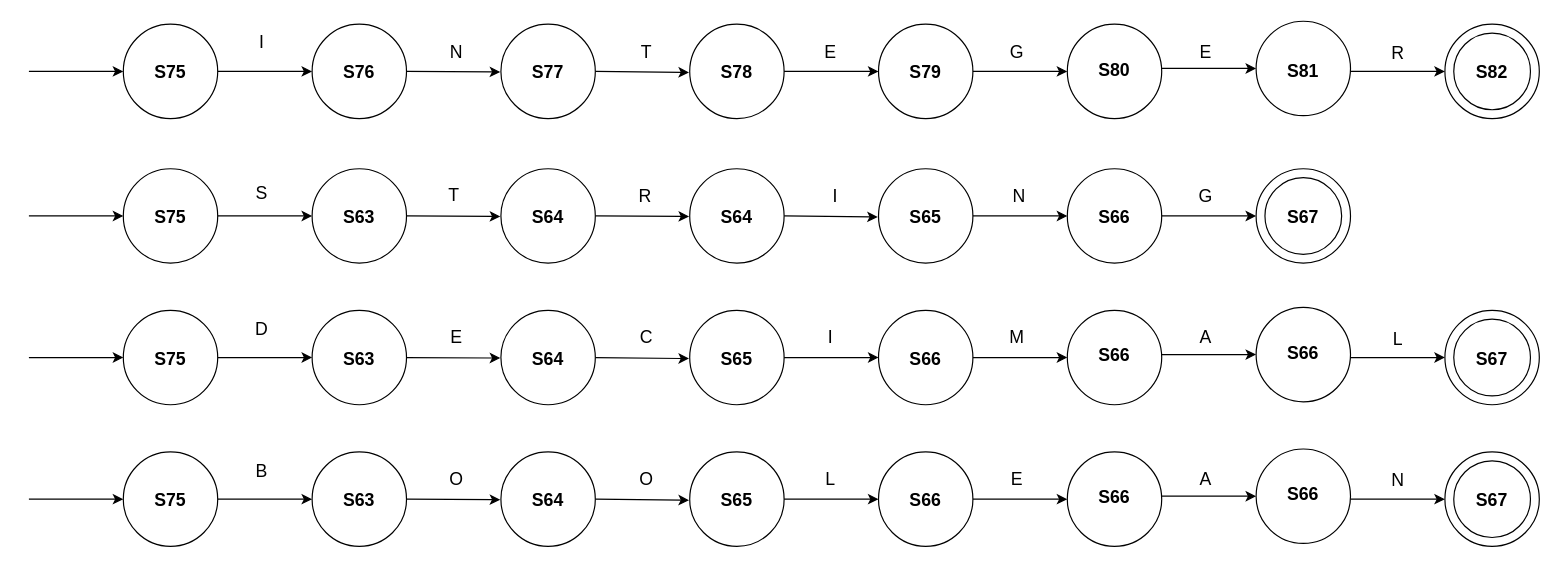
This is dataType.drawio from MonaJea-Ng/Projects, a draw.io file, before an edit. Source tidied: cells renumbered, new cells numbered last; positions are measured from the earlier drawing's top-left corner, leaving out a move shared by most shapes. Both pictures are drawn from the tidied source at 118%, with x=0, y=0 at pixel (28, 21).
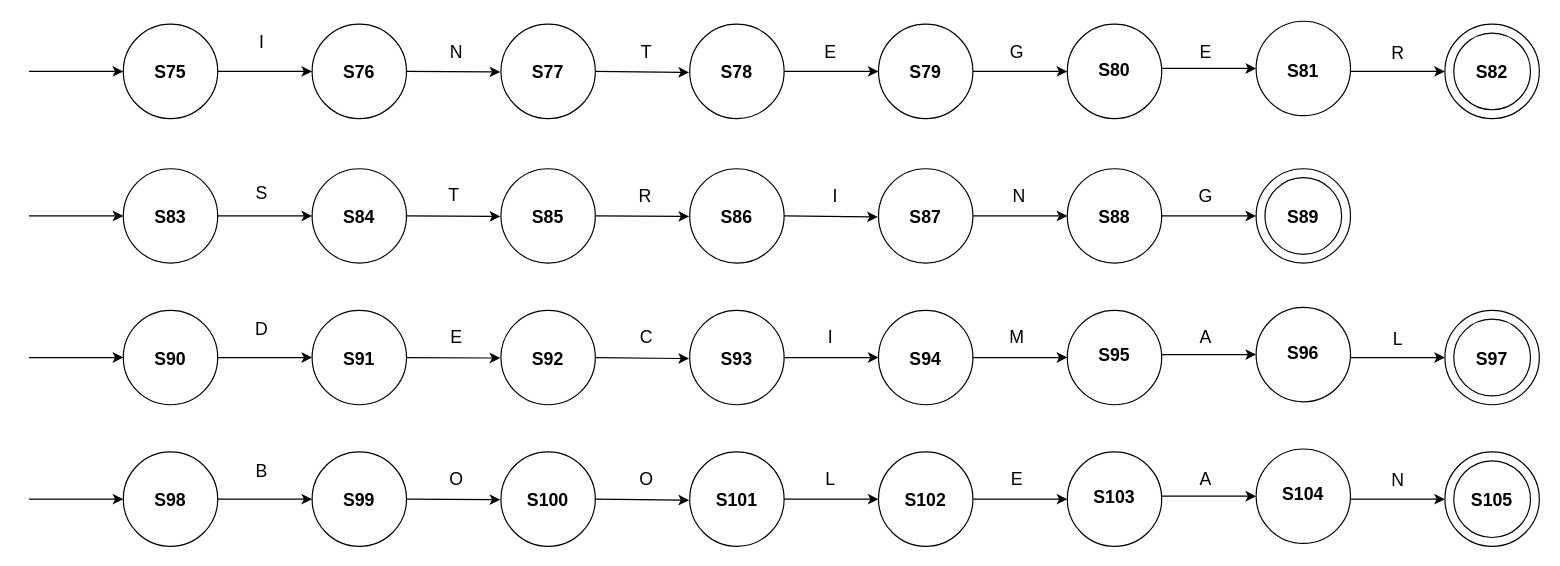
The same page after the edit.

Change to the diagram source:
```diff
@@
-    <mxCell id="38" value="&lt;b style=&quot;font-size: 15px;&quot;&gt;S65&lt;/b&gt;" style="text;html=1;strokeColor=none;fillColor=none;align=center;verticalAlign=middle;whiteSpace=wrap;rounded=0;fontSize=15;" parent="1" vertex="1">
+    <mxCell id="38" value="&lt;b style=&quot;font-size: 15px;&quot;&gt;S87&lt;/b&gt;" style="text;html=1;strokeColor=none;fillColor=none;align=center;verticalAlign=middle;whiteSpace=wrap;rounded=0;fontSize=15;" parent="1" vertex="1">
       <mxGeometry x="730" y="149.5" width="60" height="30" as="geometry" />
     </mxCell>
-    <mxCell id="39" value="&lt;b&gt;&lt;font style=&quot;font-size: 15px;&quot;&gt;S66&lt;/font&gt;&lt;/b&gt;" style="text;html=1;strokeColor=none;fillColor=none;align=center;verticalAlign=middle;whiteSpace=wrap;rounded=0;" parent="1" vertex="1">
+    <mxCell id="39" value="&lt;b&gt;&lt;font style=&quot;font-size: 15px;&quot;&gt;S88&lt;/font&gt;&lt;/b&gt;" style="text;html=1;strokeColor=none;fillColor=none;align=center;verticalAlign=middle;whiteSpace=wrap;rounded=0;" parent="1" vertex="1">
       <mxGeometry x="890" y="149.5" width="60" height="30" as="geometry" />
     </mxCell>
@@
-    <mxCell id="43" value="&lt;b&gt;&lt;font style=&quot;font-size: 15px;&quot;&gt;S67&lt;/font&gt;&lt;/b&gt;" style="text;html=1;strokeColor=none;fillColor=none;align=center;verticalAlign=middle;whiteSpace=wrap;rounded=0;" parent="1" vertex="1">
+    <mxCell id="43" value="&lt;b&gt;&lt;font style=&quot;font-size: 15px;&quot;&gt;S89&lt;/font&gt;&lt;/b&gt;" style="text;html=1;strokeColor=none;fillColor=none;align=center;verticalAlign=middle;whiteSpace=wrap;rounded=0;" parent="1" vertex="1">
       <mxGeometry x="1050" y="149.5" width="60" height="30" as="geometry" />
     </mxCell>
@@
-    <mxCell id="46" value="&lt;b style=&quot;font-size: 15px;&quot;&gt;S64&lt;/b&gt;" style="text;html=1;strokeColor=none;fillColor=none;align=center;verticalAlign=middle;whiteSpace=wrap;rounded=0;fontSize=15;" parent="1" vertex="1">
+    <mxCell id="46" value="&lt;b style=&quot;font-size: 15px;&quot;&gt;S86&lt;/b&gt;" style="text;html=1;strokeColor=none;fillColor=none;align=center;verticalAlign=middle;whiteSpace=wrap;rounded=0;fontSize=15;" parent="1" vertex="1">
       <mxGeometry x="570" y="149.5" width="60" height="30" as="geometry" />
     </mxCell>
@@
-    <mxCell id="49" value="&lt;b style=&quot;font-size: 15px;&quot;&gt;S63&lt;/b&gt;" style="text;html=1;strokeColor=none;fillColor=none;align=center;verticalAlign=middle;whiteSpace=wrap;rounded=0;fontSize=15;" parent="1" vertex="1">
+    <mxCell id="49" value="&lt;b style=&quot;font-size: 15px;&quot;&gt;S84&lt;/b&gt;" style="text;html=1;strokeColor=none;fillColor=none;align=center;verticalAlign=middle;whiteSpace=wrap;rounded=0;fontSize=15;" parent="1" vertex="1">
       <mxGeometry x="250" y="149.5" width="60" height="30" as="geometry" />
     </mxCell>
@@
-    <mxCell id="54" value="&lt;b style=&quot;font-size: 15px;&quot;&gt;S75&lt;/b&gt;" style="text;html=1;strokeColor=none;fillColor=none;align=center;verticalAlign=middle;whiteSpace=wrap;rounded=0;fontSize=15;" parent="1" vertex="1">
+    <mxCell id="54" value="&lt;b style=&quot;font-size: 15px;&quot;&gt;S83&lt;/b&gt;" style="text;html=1;strokeColor=none;fillColor=none;align=center;verticalAlign=middle;whiteSpace=wrap;rounded=0;fontSize=15;" parent="1" vertex="1">
       <mxGeometry x="90" y="149.5" width="60" height="30" as="geometry" />
     </mxCell>
@@
-    <mxCell id="62" value="&lt;b style=&quot;font-size: 15px;&quot;&gt;S65&lt;/b&gt;" style="text;html=1;strokeColor=none;fillColor=none;align=center;verticalAlign=middle;whiteSpace=wrap;rounded=0;fontSize=15;" parent="1" vertex="1">
+    <mxCell id="62" value="&lt;b style=&quot;font-size: 15px;&quot;&gt;S93&lt;/b&gt;" style="text;html=1;strokeColor=none;fillColor=none;align=center;verticalAlign=middle;whiteSpace=wrap;rounded=0;fontSize=15;" parent="1" vertex="1">
       <mxGeometry x="570" y="269.5" width="60" height="30" as="geometry" />
     </mxCell>
-    <mxCell id="63" value="&lt;b&gt;&lt;font style=&quot;font-size: 15px;&quot;&gt;S66&lt;/font&gt;&lt;/b&gt;" style="text;html=1;strokeColor=none;fillColor=none;align=center;verticalAlign=middle;whiteSpace=wrap;rounded=0;" parent="1" vertex="1">
+    <mxCell id="63" value="&lt;b&gt;&lt;font style=&quot;font-size: 15px;&quot;&gt;S94&lt;/font&gt;&lt;/b&gt;" style="text;html=1;strokeColor=none;fillColor=none;align=center;verticalAlign=middle;whiteSpace=wrap;rounded=0;" parent="1" vertex="1">
       <mxGeometry x="730" y="269.5" width="60" height="30" as="geometry" />
     </mxCell>
@@
-    <mxCell id="68" value="&lt;b&gt;&lt;font style=&quot;font-size: 15px;&quot;&gt;S67&lt;/font&gt;&lt;/b&gt;" style="text;html=1;strokeColor=none;fillColor=none;align=center;verticalAlign=middle;whiteSpace=wrap;rounded=0;" parent="1" vertex="1">
+    <mxCell id="68" value="&lt;b&gt;&lt;font style=&quot;font-size: 15px;&quot;&gt;S97&lt;/font&gt;&lt;/b&gt;" style="text;html=1;strokeColor=none;fillColor=none;align=center;verticalAlign=middle;whiteSpace=wrap;rounded=0;" parent="1" vertex="1">
       <mxGeometry x="1210" y="269.5" width="60" height="30" as="geometry" />
     </mxCell>
@@
-    <mxCell id="72" value="&lt;b style=&quot;font-size: 15px;&quot;&gt;S64&lt;/b&gt;" style="text;html=1;strokeColor=none;fillColor=none;align=center;verticalAlign=middle;whiteSpace=wrap;rounded=0;fontSize=15;" parent="1" vertex="1">
+    <mxCell id="72" value="&lt;b style=&quot;font-size: 15px;&quot;&gt;S92&lt;/b&gt;" style="text;html=1;strokeColor=none;fillColor=none;align=center;verticalAlign=middle;whiteSpace=wrap;rounded=0;fontSize=15;" parent="1" vertex="1">
       <mxGeometry x="410" y="269.5" width="60" height="30" as="geometry" />
     </mxCell>
@@
-    <mxCell id="75" value="&lt;b style=&quot;font-size: 15px;&quot;&gt;S63&lt;/b&gt;" style="text;html=1;strokeColor=none;fillColor=none;align=center;verticalAlign=middle;whiteSpace=wrap;rounded=0;fontSize=15;" parent="1" vertex="1">
+    <mxCell id="75" value="&lt;b style=&quot;font-size: 15px;&quot;&gt;S91&lt;/b&gt;" style="text;html=1;strokeColor=none;fillColor=none;align=center;verticalAlign=middle;whiteSpace=wrap;rounded=0;fontSize=15;" parent="1" vertex="1">
       <mxGeometry x="250" y="269.5" width="60" height="30" as="geometry" />
     </mxCell>
@@
-    <mxCell id="80" value="&lt;b style=&quot;font-size: 15px;&quot;&gt;S75&lt;/b&gt;" style="text;html=1;strokeColor=none;fillColor=none;align=center;verticalAlign=middle;whiteSpace=wrap;rounded=0;fontSize=15;" parent="1" vertex="1">
+    <mxCell id="80" value="&lt;b style=&quot;font-size: 15px;&quot;&gt;S90&lt;/b&gt;" style="text;html=1;strokeColor=none;fillColor=none;align=center;verticalAlign=middle;whiteSpace=wrap;rounded=0;fontSize=15;" parent="1" vertex="1">
       <mxGeometry x="90" y="269.5" width="60" height="30" as="geometry" />
     </mxCell>
@@
-    <mxCell id="84" value="&lt;b&gt;&lt;font style=&quot;font-size: 15px;&quot;&gt;S66&lt;/font&gt;&lt;/b&gt;" style="text;html=1;strokeColor=none;fillColor=none;align=center;verticalAlign=middle;whiteSpace=wrap;rounded=0;" parent="1" vertex="1">
+    <mxCell id="84" value="&lt;b&gt;&lt;font style=&quot;font-size: 15px;&quot;&gt;S95&lt;/font&gt;&lt;/b&gt;" style="text;html=1;strokeColor=none;fillColor=none;align=center;verticalAlign=middle;whiteSpace=wrap;rounded=0;" parent="1" vertex="1">
       <mxGeometry x="890" y="269.5" width="60" height="25" as="geometry" />
     </mxCell>
@@
-    <mxCell id="88" value="&lt;b&gt;&lt;font style=&quot;font-size: 15px;&quot;&gt;S66&lt;/font&gt;&lt;/b&gt;" style="text;html=1;strokeColor=none;fillColor=none;align=center;verticalAlign=middle;whiteSpace=wrap;rounded=0;" parent="1" vertex="1">
+    <mxCell id="88" value="&lt;b&gt;&lt;font style=&quot;font-size: 15px;&quot;&gt;S96&lt;/font&gt;&lt;/b&gt;" style="text;html=1;strokeColor=none;fillColor=none;align=center;verticalAlign=middle;whiteSpace=wrap;rounded=0;" parent="1" vertex="1">
       <mxGeometry x="1050" y="267" width="60" height="25" as="geometry" />
     </mxCell>
@@
-    <mxCell id="94" value="&lt;b style=&quot;font-size: 15px;&quot;&gt;S65&lt;/b&gt;" style="text;html=1;strokeColor=none;fillColor=none;align=center;verticalAlign=middle;whiteSpace=wrap;rounded=0;fontSize=15;" parent="1" vertex="1">
+    <mxCell id="94" value="&lt;b style=&quot;font-size: 15px;&quot;&gt;S101&lt;/b&gt;" style="text;html=1;strokeColor=none;fillColor=none;align=center;verticalAlign=middle;whiteSpace=wrap;rounded=0;fontSize=15;" parent="1" vertex="1">
       <mxGeometry x="570" y="389.5" width="60" height="30" as="geometry" />
     </mxCell>
-    <mxCell id="95" value="&lt;b&gt;&lt;font style=&quot;font-size: 15px;&quot;&gt;S66&lt;/font&gt;&lt;/b&gt;" style="text;html=1;strokeColor=none;fillColor=none;align=center;verticalAlign=middle;whiteSpace=wrap;rounded=0;" parent="1" vertex="1">
+    <mxCell id="95" value="&lt;b&gt;&lt;font style=&quot;font-size: 15px;&quot;&gt;S102&lt;/font&gt;&lt;/b&gt;" style="text;html=1;strokeColor=none;fillColor=none;align=center;verticalAlign=middle;whiteSpace=wrap;rounded=0;" parent="1" vertex="1">
       <mxGeometry x="730" y="389.5" width="60" height="30" as="geometry" />
     </mxCell>
@@
-    <mxCell id="100" value="&lt;b&gt;&lt;font style=&quot;font-size: 15px;&quot;&gt;S67&lt;/font&gt;&lt;/b&gt;" style="text;html=1;strokeColor=none;fillColor=none;align=center;verticalAlign=middle;whiteSpace=wrap;rounded=0;" parent="1" vertex="1">
+    <mxCell id="100" value="&lt;b&gt;&lt;font style=&quot;font-size: 15px;&quot;&gt;S105&lt;/font&gt;&lt;/b&gt;" style="text;html=1;strokeColor=none;fillColor=none;align=center;verticalAlign=middle;whiteSpace=wrap;rounded=0;" parent="1" vertex="1">
       <mxGeometry x="1210" y="389.5" width="60" height="30" as="geometry" />
     </mxCell>
@@
-    <mxCell id="104" value="&lt;b style=&quot;font-size: 15px;&quot;&gt;S64&lt;/b&gt;" style="text;html=1;strokeColor=none;fillColor=none;align=center;verticalAlign=middle;whiteSpace=wrap;rounded=0;fontSize=15;" parent="1" vertex="1">
+    <mxCell id="104" value="&lt;b style=&quot;font-size: 15px;&quot;&gt;S100&lt;/b&gt;" style="text;html=1;strokeColor=none;fillColor=none;align=center;verticalAlign=middle;whiteSpace=wrap;rounded=0;fontSize=15;" parent="1" vertex="1">
       <mxGeometry x="410" y="389.5" width="60" height="30" as="geometry" />
     </mxCell>
@@
-    <mxCell id="107" value="&lt;b style=&quot;font-size: 15px;&quot;&gt;S63&lt;/b&gt;" style="text;html=1;strokeColor=none;fillColor=none;align=center;verticalAlign=middle;whiteSpace=wrap;rounded=0;fontSize=15;" parent="1" vertex="1">
+    <mxCell id="107" value="&lt;b style=&quot;font-size: 15px;&quot;&gt;S99&lt;/b&gt;" style="text;html=1;strokeColor=none;fillColor=none;align=center;verticalAlign=middle;whiteSpace=wrap;rounded=0;fontSize=15;" parent="1" vertex="1">
       <mxGeometry x="250" y="389.5" width="60" height="30" as="geometry" />
     </mxCell>
@@
-    <mxCell id="112" value="&lt;b style=&quot;font-size: 15px;&quot;&gt;S75&lt;/b&gt;" style="text;html=1;strokeColor=none;fillColor=none;align=center;verticalAlign=middle;whiteSpace=wrap;rounded=0;fontSize=15;" parent="1" vertex="1">
+    <mxCell id="112" value="&lt;b style=&quot;font-size: 15px;&quot;&gt;S98&lt;/b&gt;" style="text;html=1;strokeColor=none;fillColor=none;align=center;verticalAlign=middle;whiteSpace=wrap;rounded=0;fontSize=15;" parent="1" vertex="1">
       <mxGeometry x="90" y="389.5" width="60" height="30" as="geometry" />
     </mxCell>
@@
-    <mxCell id="116" value="&lt;b&gt;&lt;font style=&quot;font-size: 15px;&quot;&gt;S66&lt;/font&gt;&lt;/b&gt;" style="text;html=1;strokeColor=none;fillColor=none;align=center;verticalAlign=middle;whiteSpace=wrap;rounded=0;" parent="1" vertex="1">
+    <mxCell id="116" value="&lt;b&gt;&lt;font style=&quot;font-size: 15px;&quot;&gt;S103&lt;/font&gt;&lt;/b&gt;" style="text;html=1;strokeColor=none;fillColor=none;align=center;verticalAlign=middle;whiteSpace=wrap;rounded=0;" parent="1" vertex="1">
       <mxGeometry x="890" y="389.5" width="60" height="25" as="geometry" />
     </mxCell>
@@
-    <mxCell id="120" value="&lt;b&gt;&lt;font style=&quot;font-size: 15px;&quot;&gt;S66&lt;/font&gt;&lt;/b&gt;" style="text;html=1;strokeColor=none;fillColor=none;align=center;verticalAlign=middle;whiteSpace=wrap;rounded=0;" parent="1" vertex="1">
+    <mxCell id="120" value="&lt;b&gt;&lt;font style=&quot;font-size: 15px;&quot;&gt;S104&lt;/font&gt;&lt;/b&gt;" style="text;html=1;strokeColor=none;fillColor=none;align=center;verticalAlign=middle;whiteSpace=wrap;rounded=0;" parent="1" vertex="1">
       <mxGeometry x="1050" y="387" width="60" height="25" as="geometry" />
     </mxCell>
@@
-    <mxCell id="124" value="&lt;b style=&quot;font-size: 15px;&quot;&gt;S64&lt;/b&gt;" style="text;html=1;strokeColor=none;fillColor=none;align=center;verticalAlign=middle;whiteSpace=wrap;rounded=0;fontSize=15;" parent="1" vertex="1">
+    <mxCell id="124" value="&lt;b style=&quot;font-size: 15px;&quot;&gt;S85&lt;/b&gt;" style="text;html=1;strokeColor=none;fillColor=none;align=center;verticalAlign=middle;whiteSpace=wrap;rounded=0;fontSize=15;" parent="1" vertex="1">
       <mxGeometry x="410" y="149.5" width="60" height="30" as="geometry" />
     </mxCell>
```
